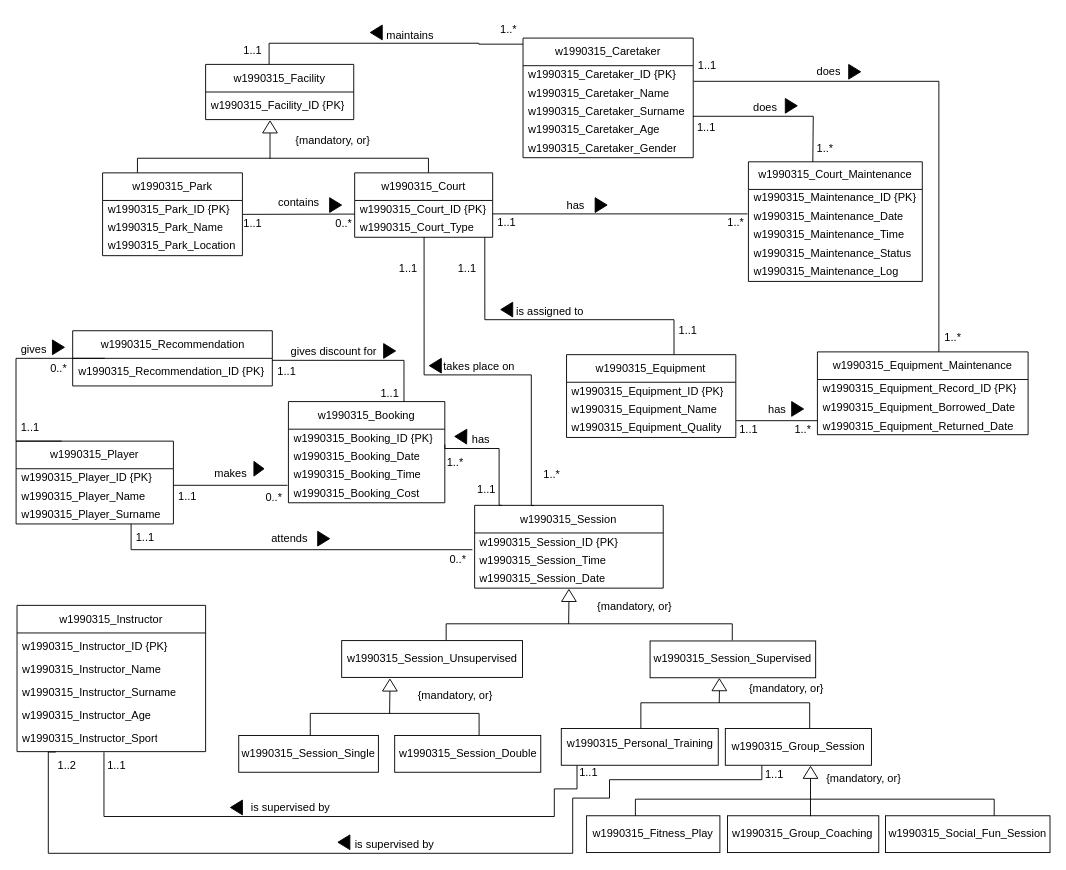
Before: DB_cwk.drawio in frajdzia/DB_cwk, a draw.io diagram. Source tidied: cells renumbered, new cells numbered last; positions are measured from the earlier drawing's top-left corner, leaving out a move shared by most shapes. Both pictures are drawn from the tidied source at 92%, with x=0, y=0 at pixel (16, 16).
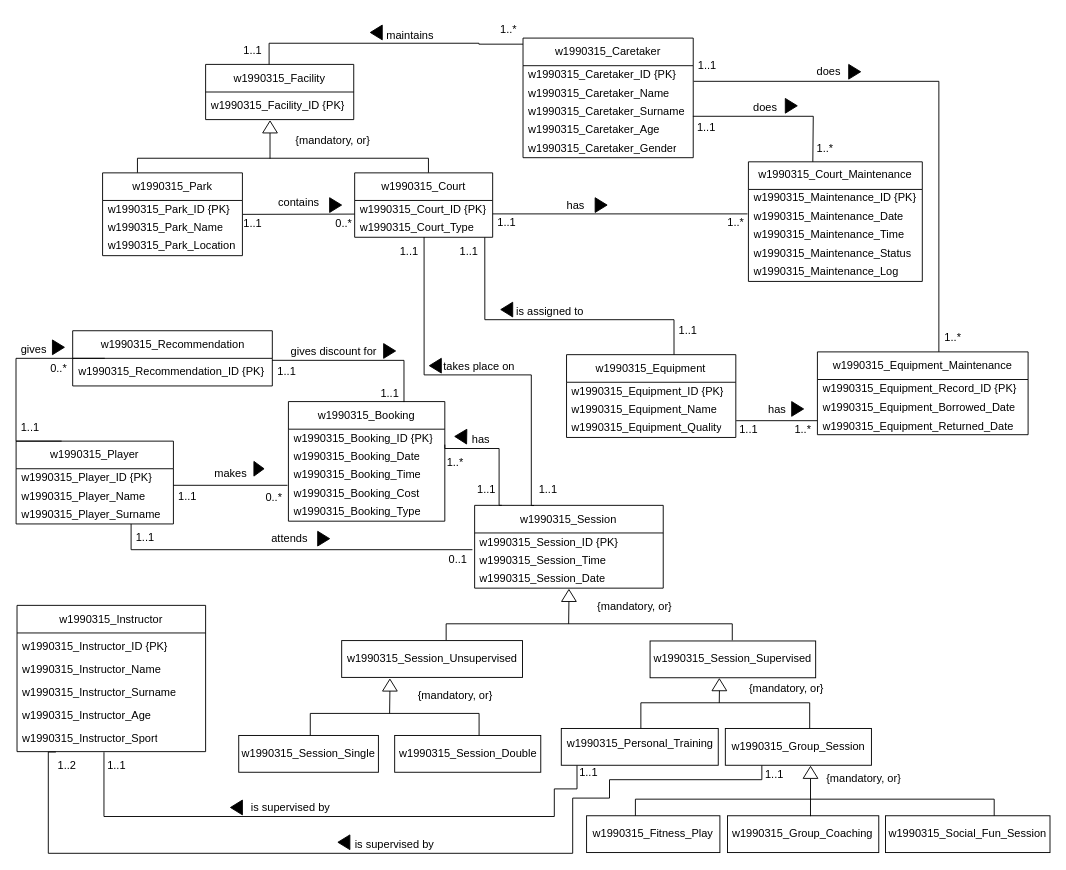
After the change.

The edit, as a diff of the source:
```diff
@@
     <mxCell id="25" value="w1990315_Booking" style="swimlane;fontStyle=0;horizontal=1;startSize=30;whiteSpace=wrap;html=1;" parent="1" vertex="1">
-      <mxGeometry x="296" y="419" width="170" height="110" as="geometry" />
+      <mxGeometry x="296" y="419" width="170" height="130" as="geometry" />
     </mxCell>
@@
+    <mxCell id="141" value="&lt;span style=&quot;text-align: center;&quot;&gt;w1990315_&lt;/span&gt;Booking_Type" style="text;align=left;verticalAlign=middle;spacingLeft=4;spacingRight=4;overflow=hidden;whiteSpace=wrap;html=1;" parent="25" vertex="1">
+      <mxGeometry y="110" width="170" height="20" as="geometry" />
+    </mxCell>
@@
-    <mxCell id="82" value="1..*" style="text;html=1;align=center;verticalAlign=middle;whiteSpace=wrap;rounded=0;" parent="1" vertex="1">
-      <mxGeometry x="567.1" y="484" width="31" height="30" as="geometry" />
+    <mxCell id="82" value="1..1" style="text;html=1;align=center;verticalAlign=middle;whiteSpace=wrap;rounded=0;" parent="1" vertex="1">
+      <mxGeometry x="563.4" y="500" width="31" height="30" as="geometry" />
     </mxCell>
     <mxCell id="83" value="1..1" style="text;html=1;align=center;verticalAlign=middle;whiteSpace=wrap;rounded=0;" parent="1" vertex="1">
-      <mxGeometry x="411" y="260.4" width="31" height="30" as="geometry" />
+      <mxGeometry x="411.5" y="240.9" width="31" height="30" as="geometry" />
     </mxCell>
@@
-    <mxCell id="86" value="0..*" style="text;html=1;align=center;verticalAlign=middle;whiteSpace=wrap;rounded=0;" parent="1" vertex="1">
+    <mxCell id="86" value="0..1" style="text;html=1;align=center;verticalAlign=middle;whiteSpace=wrap;rounded=0;" parent="1" vertex="1">
       <mxGeometry x="464.8" y="576" width="31" height="30" as="geometry" />
     </mxCell>
@@
     <mxCell id="94" value="1..1" style="text;html=1;align=center;verticalAlign=middle;whiteSpace=wrap;rounded=0;" parent="1" vertex="1">
-      <mxGeometry x="475" y="260.4" width="31" height="30" as="geometry" />
+      <mxGeometry x="476.8" y="240.9" width="31" height="30" as="geometry" />
     </mxCell>
```
